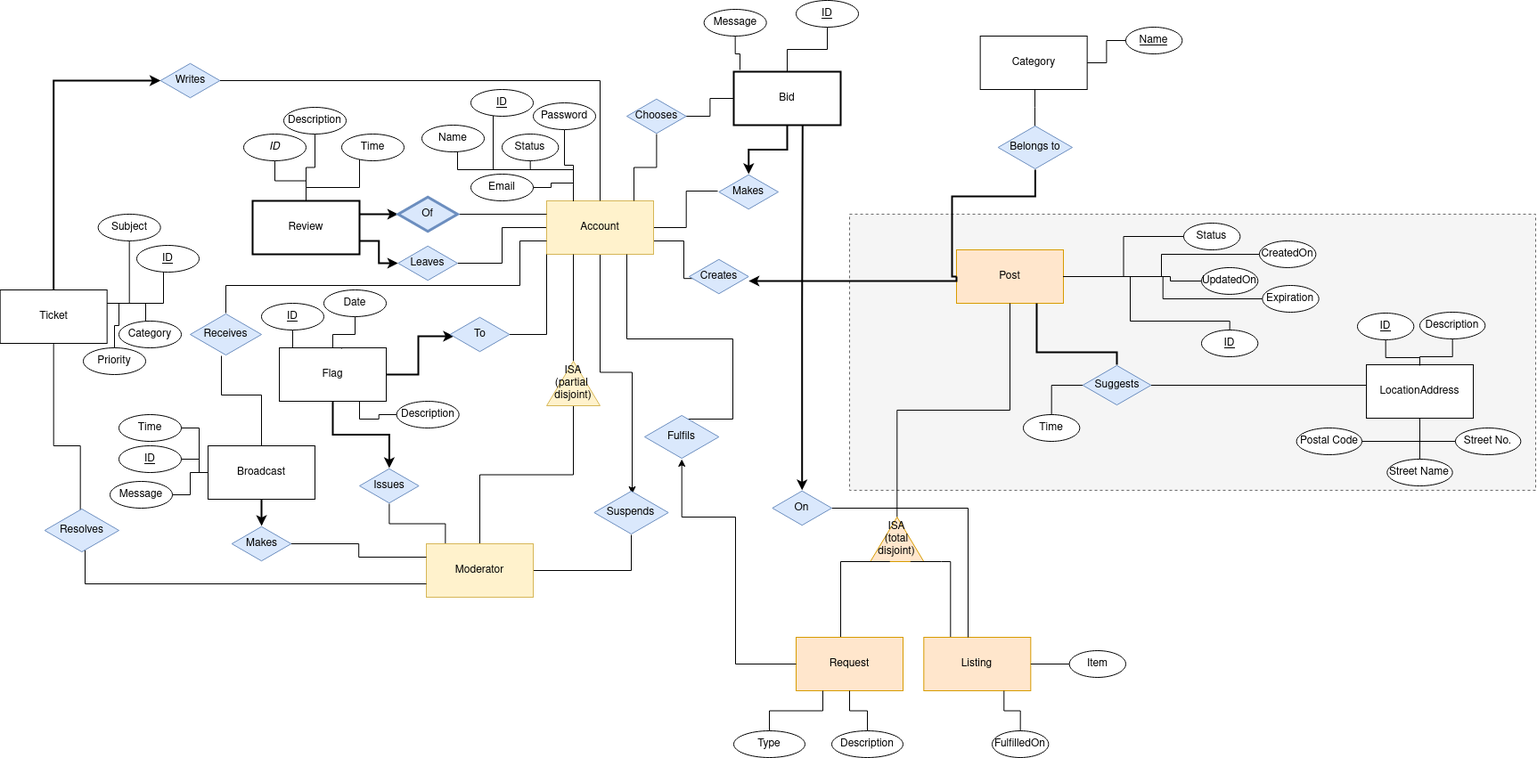
The draw.io diagram UBC Give ER Diagram.drawio.png in aliuwho/cpsc-304-project, before a commit. Source tidied: cells renumbered, new cells last; positions are measured from the earlier drawing's top-left corner, leaving out a move shared by most shapes.
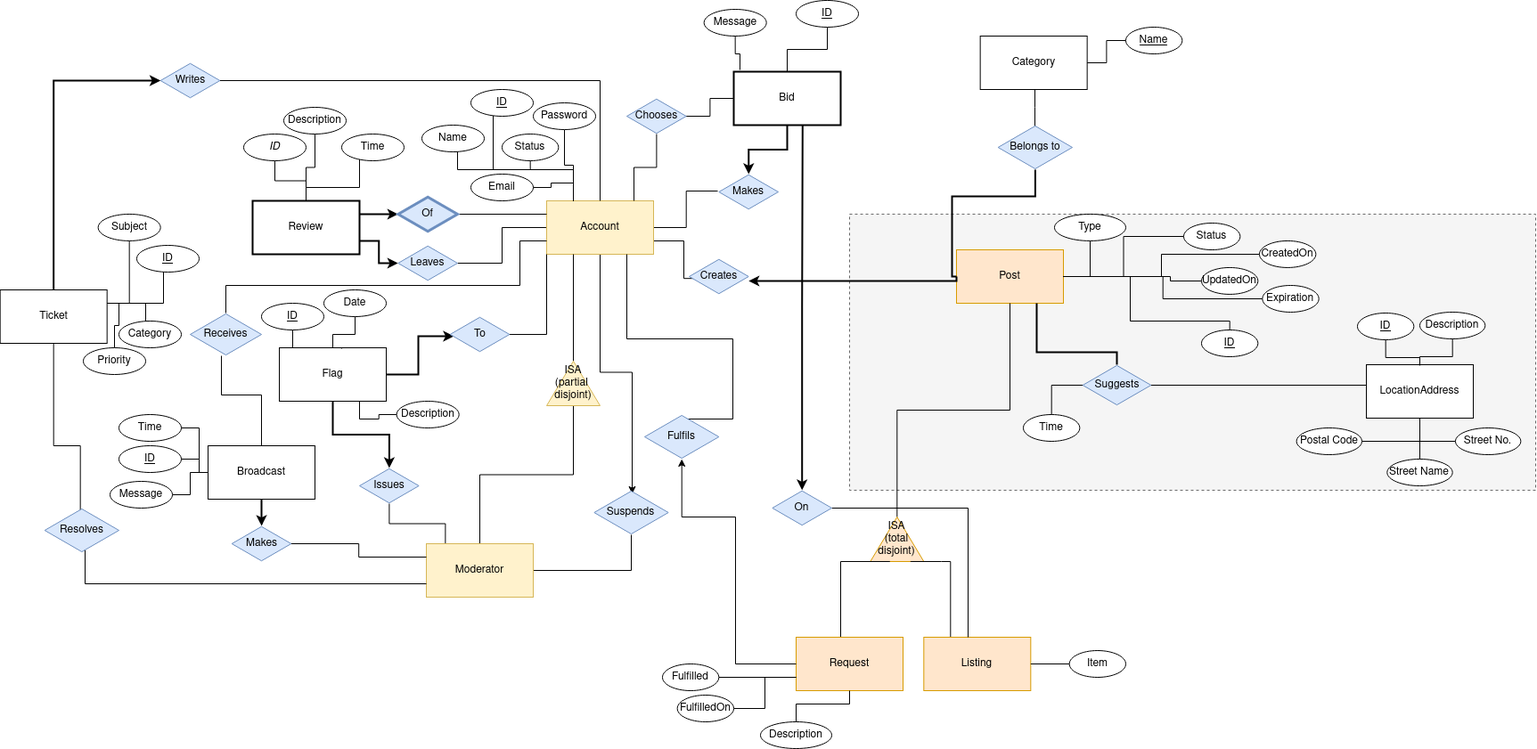
Later version of the same file.

What changed in the source:
```diff
@@ -510,14 +510,8 @@
       <mxGeometry relative="1" as="geometry" />
     </mxCell>
     <mxCell id="129" value="Description" style="ellipse;whiteSpace=wrap;html=1;align=center;" parent="1" vertex="1">
-      <mxGeometry x="933" y="820" width="80" height="30" as="geometry" />
+      <mxGeometry x="853" y="810" width="80" height="30" as="geometry" />
     </mxCell>
-    <mxCell id="130" style="edgeStyle=orthogonalEdgeStyle;rounded=0;jettySize=auto;html=1;entryX=0.25;entryY=1;entryDx=0;entryDy=0;endArrow=none;endFill=0;" parent="1" edge="1" source="131" target="48">
-      <mxGeometry relative="1" as="geometry" />
-    </mxCell>
-    <mxCell id="131" value="Type" style="ellipse;whiteSpace=wrap;html=1;align=center;" parent="1" vertex="1">
-      <mxGeometry x="823" y="820" width="80" height="30" as="geometry" />
-    </mxCell>
     <mxCell id="132" style="edgeStyle=orthogonalEdgeStyle;rounded=0;jettySize=auto;html=1;endArrow=none;endFill=0;exitX=0.5;exitY=0;exitDx=0;exitDy=0;" parent="1" edge="1" source="133">
       <mxGeometry relative="1" as="geometry">
         <mxPoint x="120" y="340" as="targetPoint" />
@@ -538,11 +532,11 @@
     <mxCell id="135" value="&lt;div&gt;Priority&lt;/div&gt;" style="ellipse;whiteSpace=wrap;html=1;rounded=0;" parent="1" vertex="1">
       <mxGeometry x="93" y="390" width="70" height="30" as="geometry" />
     </mxCell>
-    <mxCell id="136" style="edgeStyle=orthogonalEdgeStyle;rounded=0;jettySize=auto;html=1;entryX=0.75;entryY=1;entryDx=0;entryDy=0;endArrow=none;endFill=0;" parent="1" edge="1" source="137" target="46">
+    <mxCell id="136" style="edgeStyle=orthogonalEdgeStyle;rounded=0;jettySize=auto;html=1;entryX=0;entryY=0.75;entryDx=0;entryDy=0;endArrow=none;endFill=0;" parent="1" edge="1" source="137" target="48">
       <mxGeometry relative="1" as="geometry" />
     </mxCell>
     <mxCell id="137" value="FulfilledOn" style="ellipse;whiteSpace=wrap;html=1;align=center;" parent="1" vertex="1">
-      <mxGeometry x="1113" y="820" width="63.3" height="30" as="geometry" />
+      <mxGeometry x="759.7" y="780" width="63.3" height="30" as="geometry" />
     </mxCell>
     <mxCell id="138" style="edgeStyle=orthogonalEdgeStyle;rounded=0;jettySize=auto;html=1;entryX=1;entryY=0.5;entryDx=0;entryDy=0;endArrow=none;endFill=0;" parent="1" edge="1" source="139" target="9">
       <mxGeometry relative="1" as="geometry" />
@@ -561,5 +555,17 @@
     <mxCell id="141" value="&lt;div&gt;UpdatedOn&lt;/div&gt;" style="ellipse;whiteSpace=wrap;html=1;align=center;" parent="1" vertex="1">
       <mxGeometry x="1348" y="299.9" width="63.3" height="30" as="geometry" />
     </mxCell>
+    <mxCell id="142" style="edgeStyle=orthogonalEdgeStyle;rounded=0;jettySize=auto;html=1;entryX=0;entryY=0.75;entryDx=0;entryDy=0;endArrow=none;endFill=0;" parent="1" edge="1" source="143" target="48">
+      <mxGeometry relative="1" as="geometry" />
+    </mxCell>
+    <mxCell id="143" value="Fulfilled" style="ellipse;whiteSpace=wrap;html=1;align=center;" parent="1" vertex="1">
+      <mxGeometry x="743" y="745" width="63.3" height="30" as="geometry" />
+    </mxCell>
+    <mxCell id="144" style="edgeStyle=orthogonalEdgeStyle;rounded=0;jettySize=auto;html=1;entryX=1;entryY=0.5;entryDx=0;entryDy=0;endArrow=none;endFill=0;" parent="1" edge="1" source="131" target="9">
+      <mxGeometry relative="1" as="geometry" />
+    </mxCell>
+    <mxCell id="131" value="Type" style="ellipse;whiteSpace=wrap;html=1;align=center;" parent="1" vertex="1">
+      <mxGeometry x="1183" y="239.9" width="80" height="30" as="geometry" />
+    </mxCell>
   </root>
 </mxGraphModel>
```
